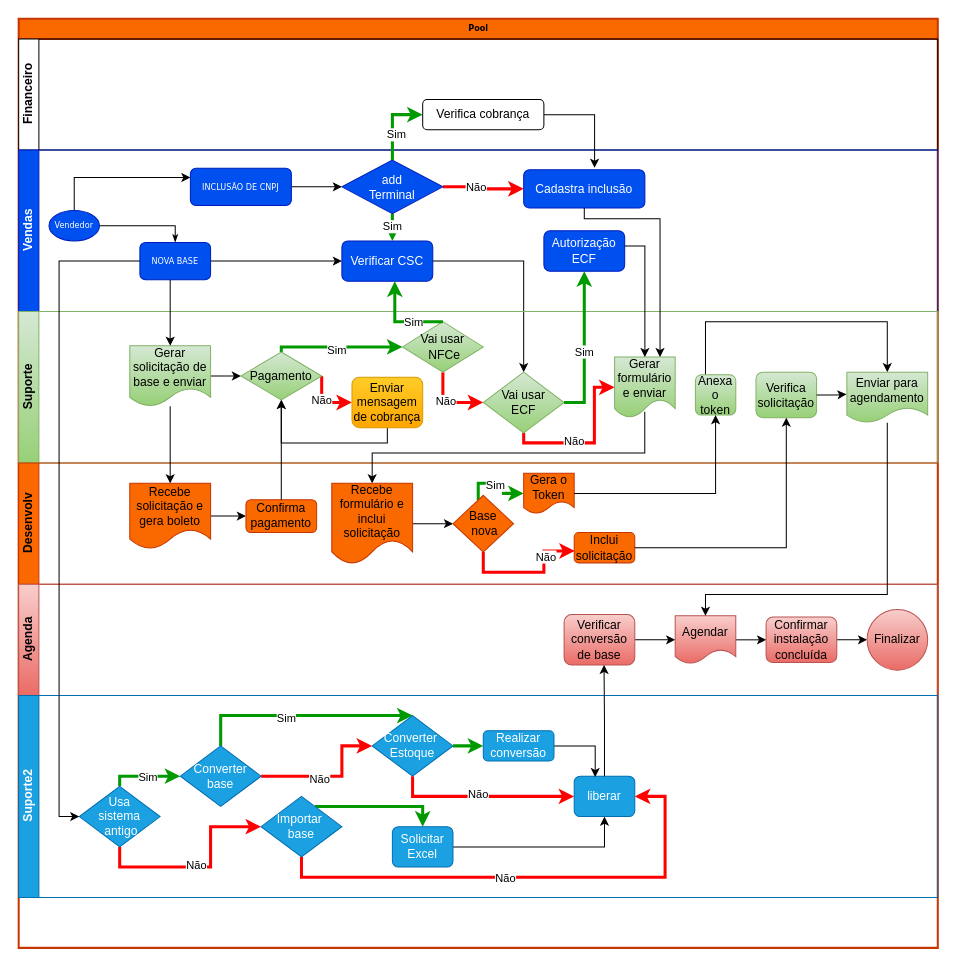
This is Diagrama sem nome.drawio from Bortolucio/DESCOMPLICA, a draw.io file, before an edit. Source tidied: cells renumbered, new cells numbered last; positions are measured from the earlier drawing's top-left corner, leaving out a move shared by most shapes. Both pictures are drawn from the tidied source at 101%, with x=0, y=0 at pixel (18, 18).
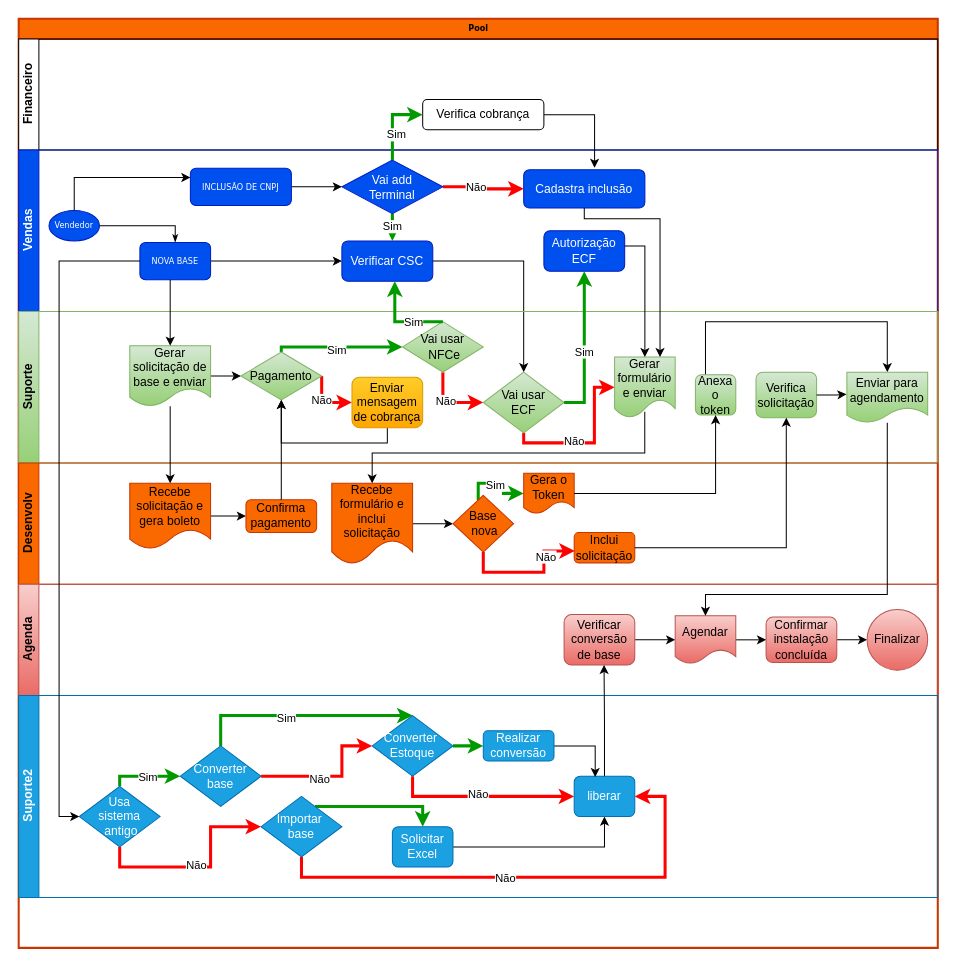
The same page after the edit.

The change refers to these unchanged cells:
```xml
<mxCell id="5" value="Vendas" style="swimlane;html=1;startSize=20;horizontal=0;fillColor=#0050ef;strokeColor=#001DBC;fontColor=#ffffff;" parent="2" vertex="1">
  <mxGeometry y="130" width="910" height="160" as="geometry" />
</mxCell>
```

Change to the diagram source:
```diff
@@
-    <mxCell id="19" value="add&lt;br&gt;Terminal" style="rhombus;whiteSpace=wrap;html=1;fillColor=#0050ef;fontColor=#ffffff;strokeColor=#001DBC;" parent="5" vertex="1">
+    <mxCell id="19" value="Vai add&lt;br&gt;Terminal" style="rhombus;whiteSpace=wrap;html=1;fillColor=#0050ef;fontColor=#ffffff;strokeColor=#001DBC;" parent="5" vertex="1">
       <mxGeometry x="320" y="10" width="100" height="53" as="geometry" />
     </mxCell>
```
